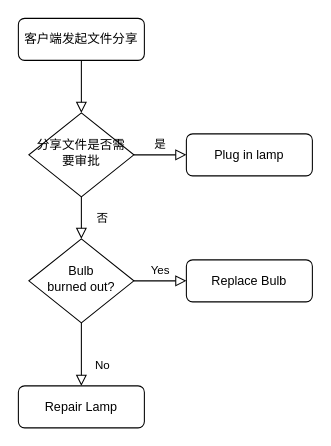
luxiao/drawio keeps this draw.io diagram as 未命名绘图.drawio. Above is the earlier version. Source tidied: cells renumbered, new cells numbered last; positions are measured from the earlier drawing's top-left corner, leaving out a move shared by most shapes. Both pictures are drawn from the tidied source at 105%, with x=0, y=0 at pixel (18, 18).
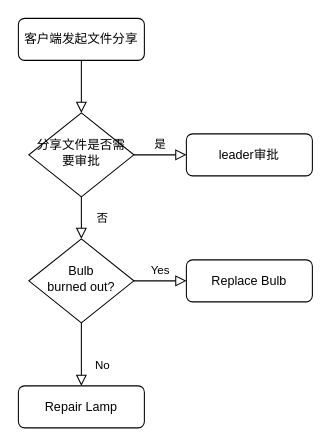
After the change.

Commit message:
更新未命名绘图.drawio

Change to the diagram source:
```diff
@@
 <mxGraphModel>
   <root>
     <mxCell id="0" />
     <mxCell id="1" parent="0" />
     <mxCell id="2" style="rounded=0;html=1;jettySize=auto;fontSize=11;endArrow=block;endFill=0;endSize=8;strokeWidth=1;shadow=0;labelBackgroundColor=none;edgeStyle=orthogonalEdgeStyle;" parent="1" edge="1" source="3" target="6">
       <mxGeometry relative="1" as="geometry" />
     </mxCell>
     <mxCell id="3" value="客户端发起文件分享" style="rounded=1;whiteSpace=wrap;html=1;fontSize=12;glass=0;strokeWidth=1;shadow=0;" parent="1" vertex="1">
       <mxGeometry width="120" height="40" as="geometry" />
     </mxCell>
     <mxCell id="4" value="否" style="rounded=0;html=1;jettySize=auto;fontSize=11;endArrow=block;endFill=0;endSize=8;strokeWidth=1;shadow=0;labelBackgroundColor=none;edgeStyle=orthogonalEdgeStyle;" parent="1" edge="1" source="6" target="10">
       <mxGeometry y="20" relative="1" as="geometry" />
     </mxCell>
     <mxCell id="5" value="是" style="edgeStyle=orthogonalEdgeStyle;rounded=0;html=1;jettySize=auto;fontSize=11;endArrow=block;endFill=0;endSize=8;strokeWidth=1;shadow=0;labelBackgroundColor=none;" parent="1" edge="1" source="6" target="7">
       <mxGeometry y="10" relative="1" as="geometry" />
     </mxCell>
     <mxCell id="6" value="分享文件是否需要审批" style="rhombus;whiteSpace=wrap;html=1;shadow=0;fontFamily=Helvetica;fontSize=12;align=center;strokeWidth=1;spacing=6;spacingTop=-4;" parent="1" vertex="1">
       <mxGeometry x="10" y="90" width="100" height="80" as="geometry" />
     </mxCell>
-    <mxCell id="7" value="Plug in lamp" style="rounded=1;whiteSpace=wrap;html=1;fontSize=12;glass=0;strokeWidth=1;shadow=0;" parent="1" vertex="1">
+    <mxCell id="7" value="leader审批" style="rounded=1;whiteSpace=wrap;html=1;fontSize=12;glass=0;strokeWidth=1;shadow=0;" parent="1" vertex="1">
       <mxGeometry x="160" y="110" width="120" height="40" as="geometry" />
     </mxCell>
     <mxCell id="8" value="No" style="rounded=0;html=1;jettySize=auto;fontSize=11;endArrow=block;endFill=0;endSize=8;strokeWidth=1;shadow=0;labelBackgroundColor=none;edgeStyle=orthogonalEdgeStyle;" parent="1" edge="1" source="10" target="11">
       <mxGeometry x="0.33" y="20" relative="1" as="geometry" />
     </mxCell>
     <mxCell id="9" value="Yes" style="edgeStyle=orthogonalEdgeStyle;rounded=0;html=1;jettySize=auto;fontSize=11;endArrow=block;endFill=0;endSize=8;strokeWidth=1;shadow=0;labelBackgroundColor=none;" parent="1" edge="1" source="10" target="12">
       <mxGeometry y="10" relative="1" as="geometry" />
     </mxCell>
     <mxCell id="10" value="Bulb&lt;br&gt;burned out?" style="rhombus;whiteSpace=wrap;html=1;shadow=0;fontFamily=Helvetica;fontSize=12;align=center;strokeWidth=1;spacing=6;spacingTop=-4;" parent="1" vertex="1">
       <mxGeometry x="10" y="210" width="100" height="80" as="geometry" />
     </mxCell>
     <mxCell id="11" value="Repair Lamp" style="rounded=1;whiteSpace=wrap;html=1;fontSize=12;glass=0;strokeWidth=1;shadow=0;" parent="1" vertex="1">
       <mxGeometry y="350" width="120" height="40" as="geometry" />
     </mxCell>
     <mxCell id="12" value="Replace Bulb" style="rounded=1;whiteSpace=wrap;html=1;fontSize=12;glass=0;strokeWidth=1;shadow=0;" parent="1" vertex="1">
       <mxGeometry x="160" y="230" width="120" height="40" as="geometry" />
     </mxCell>
   </root>
 </mxGraphModel>
```
